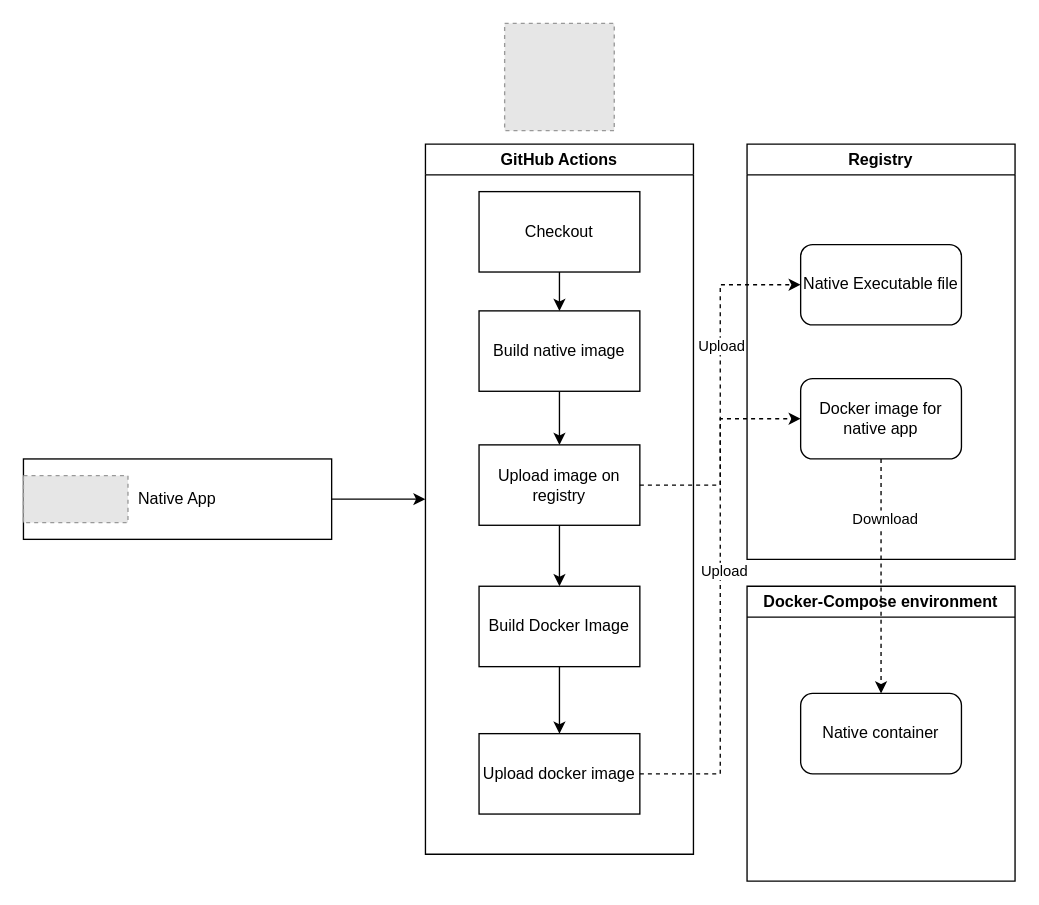
This is page "Native image generation" (3 of 3) of Docs/Architecture_practical_part.drawio from bevilacqua1996/JUGSpringQuarkus, a draw.io file, before an edit. Source tidied: cells renumbered, new cells numbered last; positions are measured from the earlier drawing's top-left corner, leaving out a move shared by most shapes. Both pictures are drawn from the tidied source at 134%, with x=0, y=0 at pixel (23, 23). Pictures stored in the file or linked from it are replaced by grey dashed boxes.
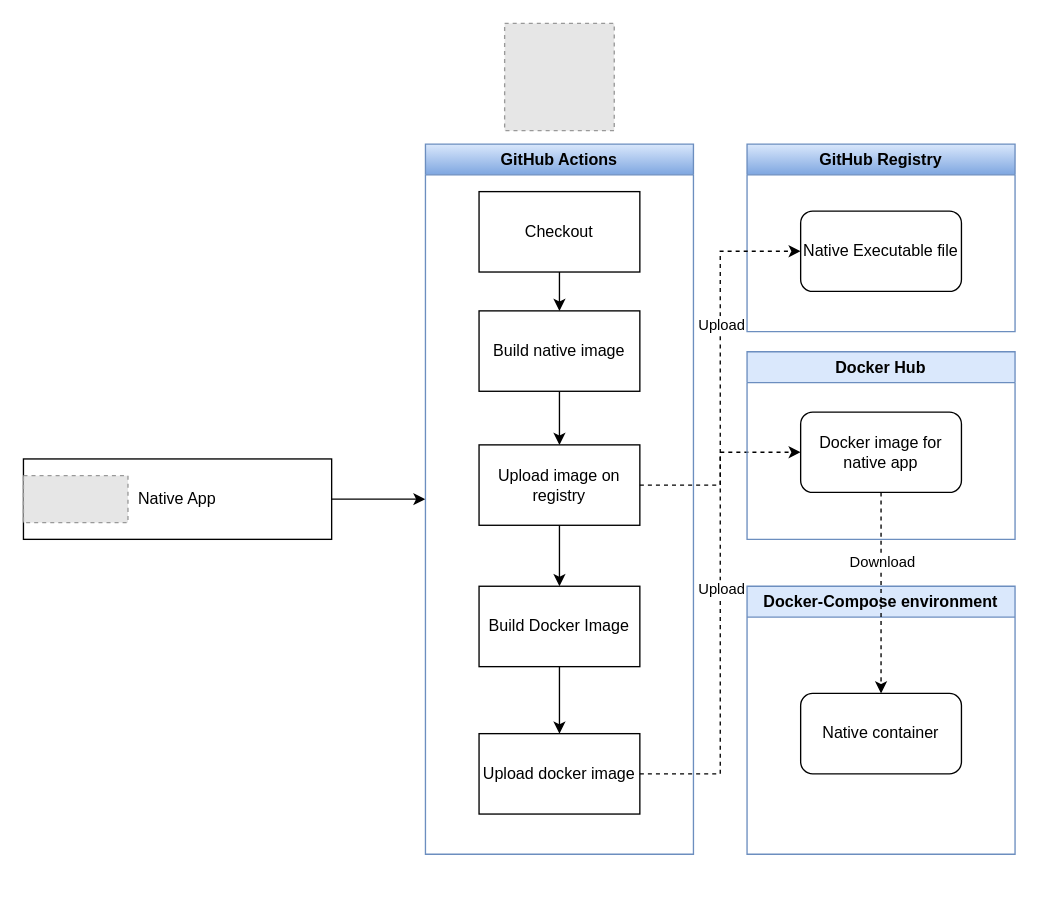
The same diagram, later.

Unchanged cells that the change refers to:
```xml
<mxCell id="20" style="edgeStyle=orthogonalEdgeStyle;rounded=0;jettySize=auto;html=1;entryX=0;entryY=0.5;entryDx=0;entryDy=0;dashed=1;" parent="1" edge="1" source="13" target="17">
  <mxGeometry relative="1" as="geometry" />
</mxCell>
<mxCell id="25" style="edgeStyle=orthogonalEdgeStyle;rounded=0;jettySize=auto;html=1;entryX=0.5;entryY=0;entryDx=0;entryDy=0;dashed=1;" parent="1" edge="1" source="17" target="24">
  <mxGeometry relative="1" as="geometry" />
</mxCell>
```

Diff of the diagram source:
```diff
@@
-    <mxCell id="4" value="GitHub Actions" style="swimlane;whiteSpace=wrap;html=1;" parent="1" vertex="1">
+    <mxCell id="4" value="GitHub Actions" style="swimlane;whiteSpace=wrap;html=1;fillColor=#dae8fc;gradientColor=#7ea6e0;strokeColor=#6c8ebf;" parent="1" vertex="1">
       <mxGeometry x="300" y="90" width="200" height="530" as="geometry" />
     </mxCell>
@@
-    <mxCell id="15" value="Registry" style="swimlane;whiteSpace=wrap;html=1;startSize=23;" parent="1" vertex="1">
-      <mxGeometry x="540" y="90" width="200" height="310" as="geometry" />
+    <mxCell id="15" value="GitHub Registry" style="swimlane;whiteSpace=wrap;html=1;startSize=23;fillColor=#dae8fc;gradientColor=#7ea6e0;strokeColor=#6c8ebf;" parent="1" vertex="1">
+      <mxGeometry x="540" y="90" width="200" height="140" as="geometry" />
     </mxCell>
     <mxCell id="16" value="Native Executable file" style="rounded=1;whiteSpace=wrap;html=1;" parent="15" vertex="1">
-      <mxGeometry x="40" y="75" width="120" height="60" as="geometry" />
+      <mxGeometry x="40" y="50" width="120" height="60" as="geometry" />
     </mxCell>
-    <mxCell id="17" value="Docker image for native app" style="rounded=1;whiteSpace=wrap;html=1;" parent="15" vertex="1">
-      <mxGeometry x="40" y="175" width="120" height="60" as="geometry" />
-    </mxCell>
@@
     <mxCell id="21" value="Upload" style="edgeLabel;html=1;align=center;verticalAlign=middle;" parent="20" vertex="1">
-      <mxGeometry x="0.1" y="-2" relative="1" as="geometry" />
+      <mxGeometry x="0.1" y="-2" relative="1" as="geometry">
+        <mxPoint x="-2" y="-1" as="offset" />
+      </mxGeometry>
     </mxCell>
@@
-    <mxCell id="23" value="Docker-Compose environment" style="swimlane;whiteSpace=wrap;html=1;" parent="1" vertex="1">
-      <mxGeometry x="540" y="420" width="200" height="220" as="geometry" />
+    <mxCell id="23" value="Docker-Compose environment" style="swimlane;whiteSpace=wrap;html=1;fillColor=#dae8fc;strokeColor=#6c8ebf;" parent="1" vertex="1">
+      <mxGeometry x="540" y="420" width="200" height="200" as="geometry" />
     </mxCell>
@@
     <mxCell id="26" value="Download" style="edgeLabel;html=1;align=center;verticalAlign=middle;" parent="25" vertex="1">
-      <mxGeometry x="-0.5" y="2" relative="1" as="geometry" />
+      <mxGeometry x="-0.5" y="2" relative="1" as="geometry">
+        <mxPoint x="-2" y="13" as="offset" />
+      </mxGeometry>
     </mxCell>
+    <mxCell id="27" value="Docker Hub" style="swimlane;whiteSpace=wrap;html=1;startSize=23;fillColor=#dae8fc;strokeColor=#6c8ebf;" parent="1" vertex="1">
+      <mxGeometry x="540" y="245" width="200" height="140" as="geometry" />
+    </mxCell>
+    <mxCell id="17" value="Docker image for native app" style="rounded=1;whiteSpace=wrap;html=1;" parent="27" vertex="1">
+      <mxGeometry x="40" y="45" width="120" height="60" as="geometry" />
+    </mxCell>
```
